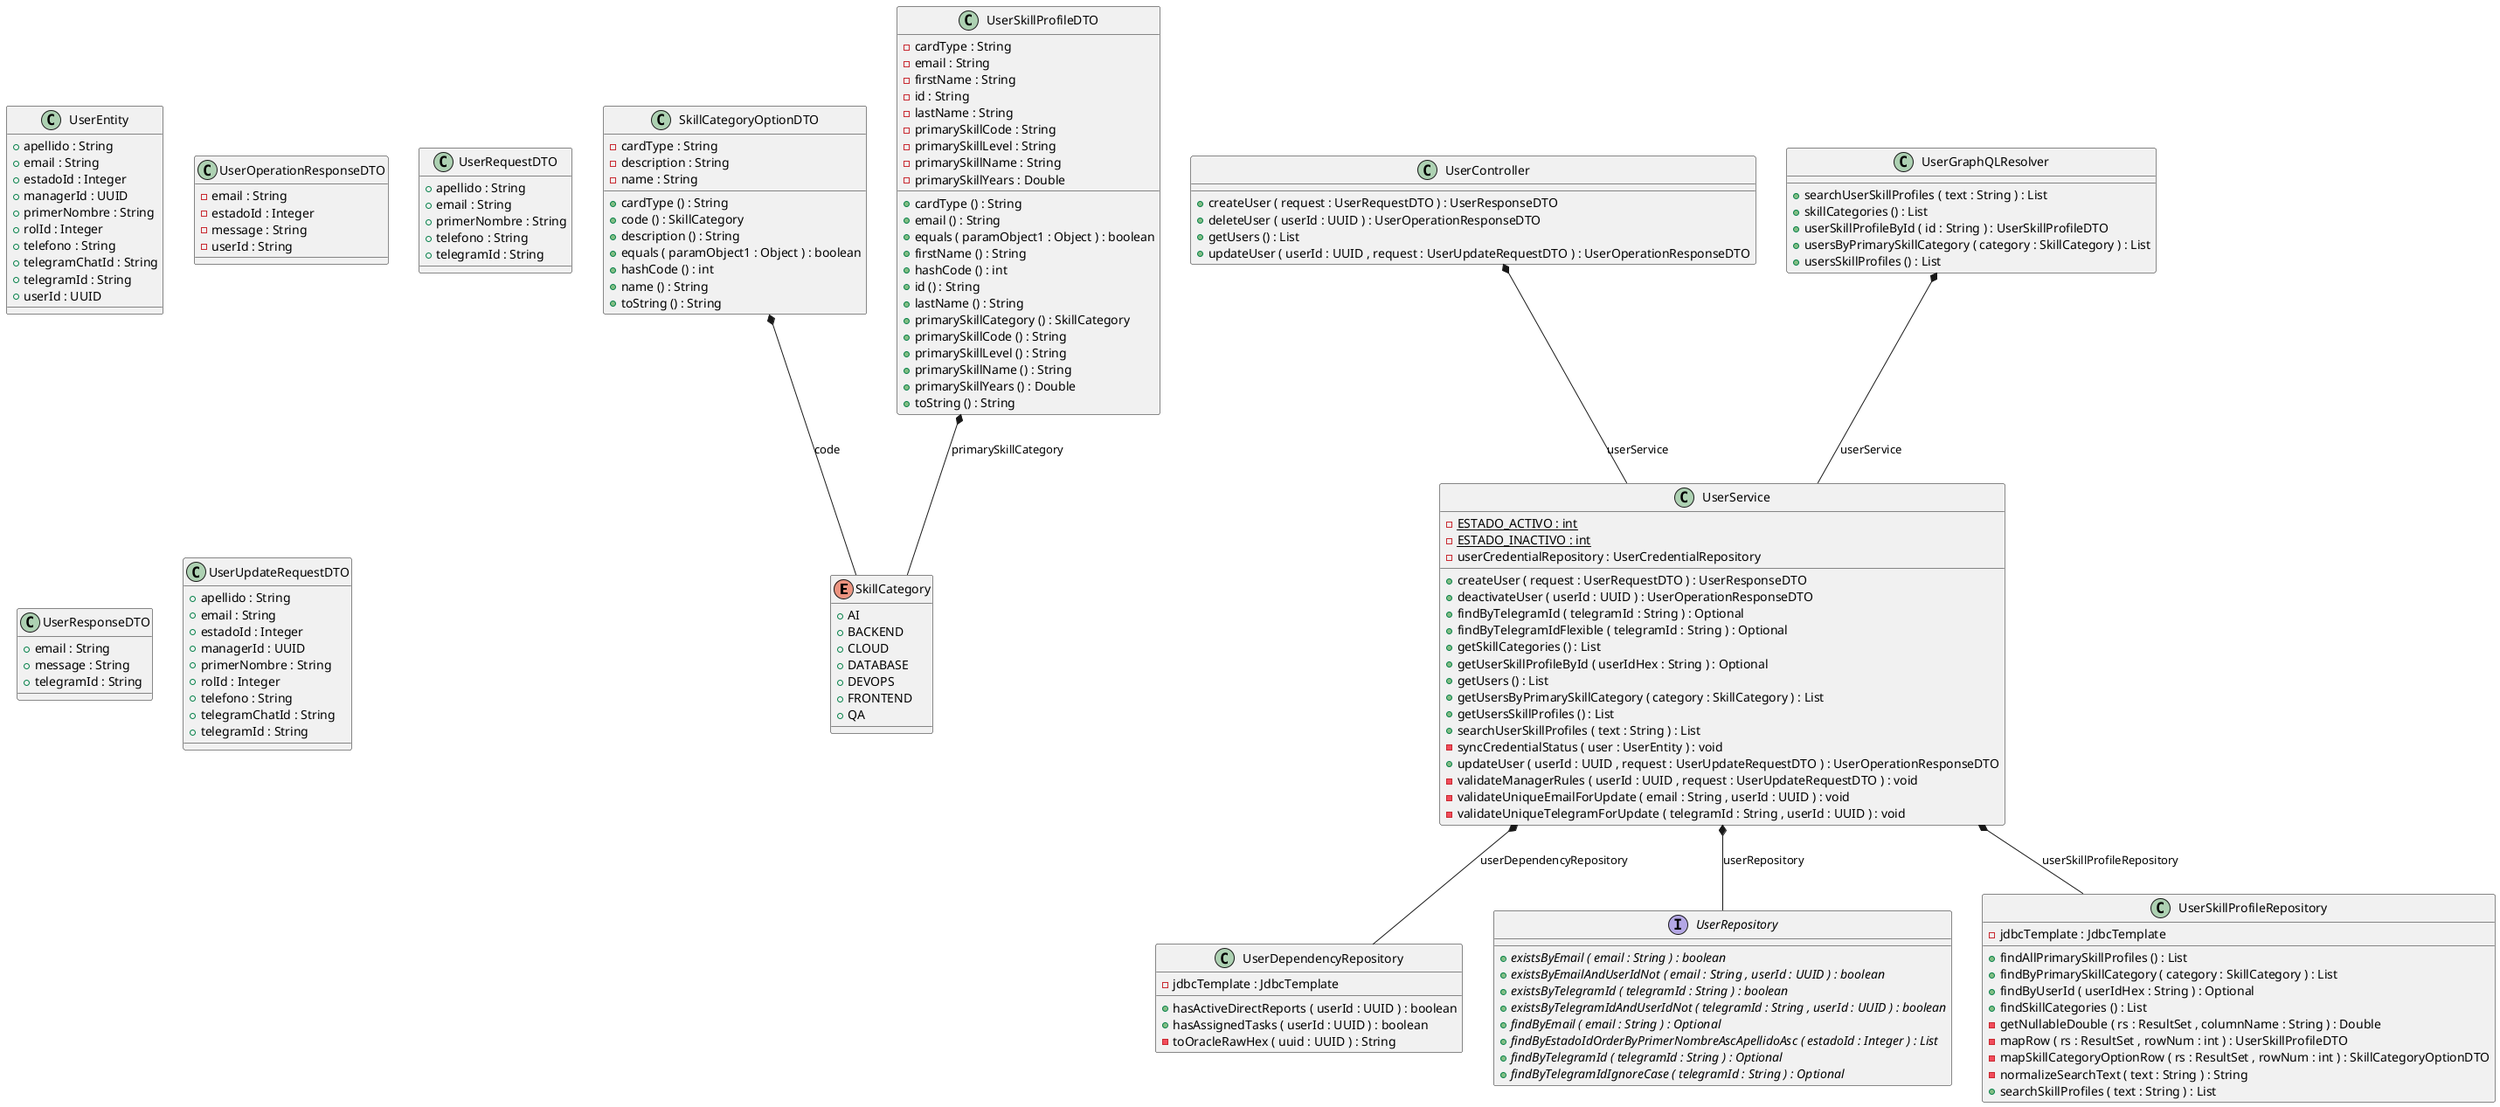
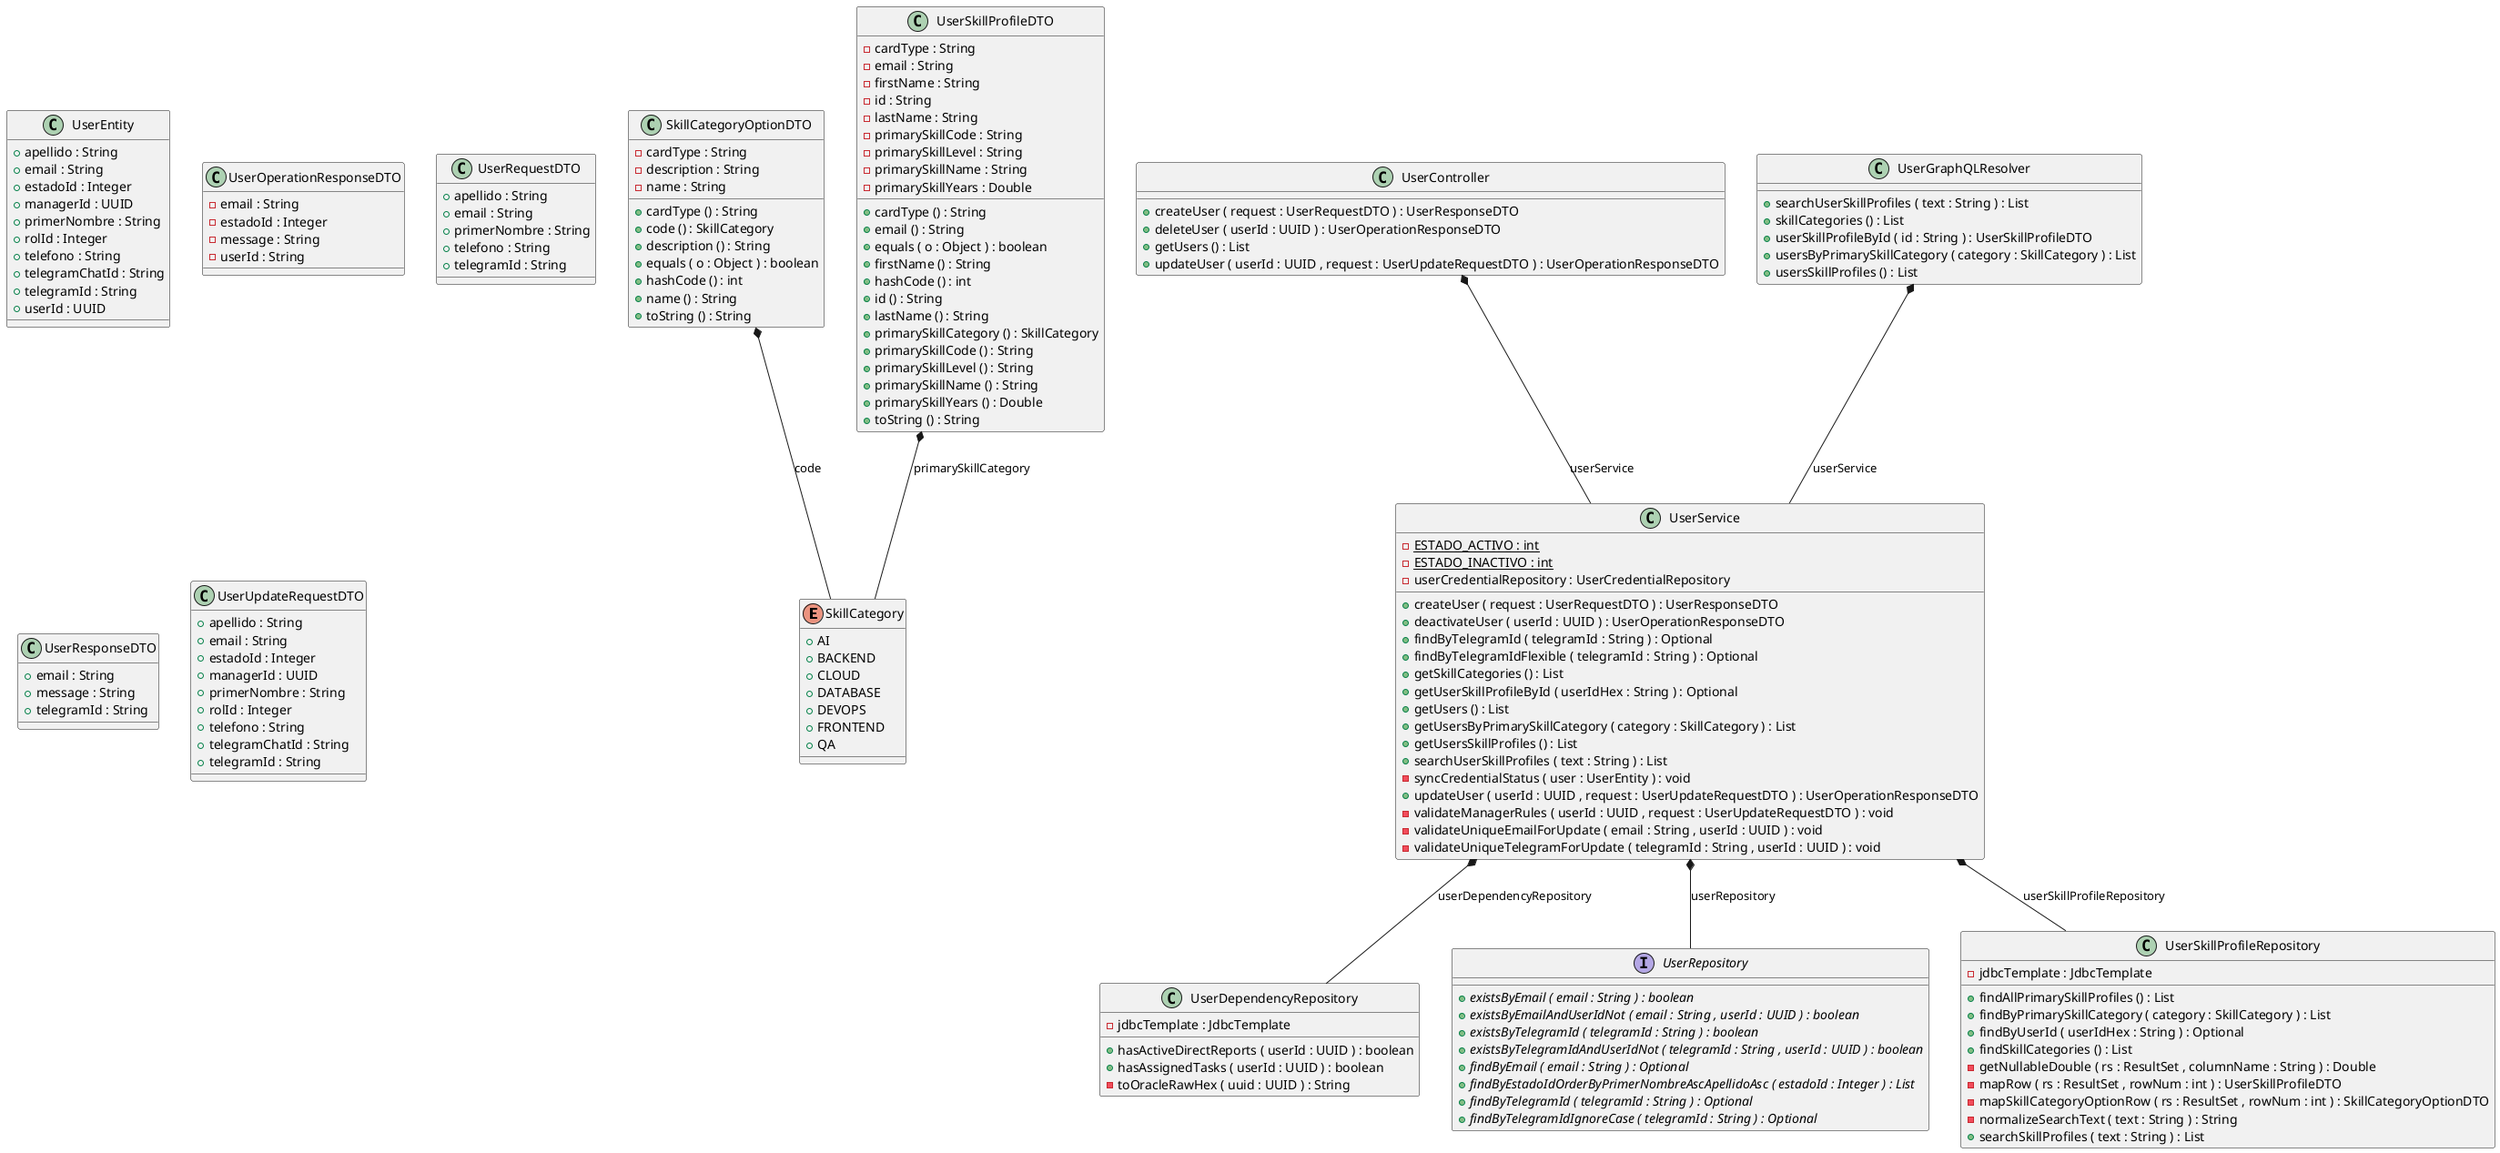
@startuml

enum SkillCategory {
	{field} +AI
	{field} +BACKEND
	{field} +CLOUD
	{field} +DATABASE
	{field} +DEVOPS
	{field} +FRONTEND
	{field} +QA
}


class SkillCategoryOptionDTO {
	{field} -cardType : String
	{field} -description : String
	{field} -name : String
	{method} +cardType () : String
	{method} +code () : SkillCategory
	{method} +description () : String
- 	{method} +equals ( paramObject1 : Object ) : boolean
+ 	{method} +equals ( o : Object ) : boolean
	{method} +hashCode () : int
	{method} +name () : String
	{method} +toString () : String
}


class UserController {
	{method} +createUser ( request : UserRequestDTO ) : UserResponseDTO
	{method} +deleteUser ( userId : UUID ) : UserOperationResponseDTO
	{method} +getUsers () : List
	{method} +updateUser ( userId : UUID , request : UserUpdateRequestDTO ) : UserOperationResponseDTO
}


class UserDependencyRepository {
	{field} -jdbcTemplate : JdbcTemplate
	{method} +hasActiveDirectReports ( userId : UUID ) : boolean
	{method} +hasAssignedTasks ( userId : UUID ) : boolean
	{method} -toOracleRawHex ( uuid : UUID ) : String
}


class UserEntity {
	{field} +apellido : String
	{field} +email : String
	{field} +estadoId : Integer
	{field} +managerId : UUID
	{field} +primerNombre : String
	{field} +rolId : Integer
	{field} +telefono : String
	{field} +telegramChatId : String
	{field} +telegramId : String
	{field} +userId : UUID
}


class UserGraphQLResolver {
	{method} +searchUserSkillProfiles ( text : String ) : List
	{method} +skillCategories () : List
	{method} +userSkillProfileById ( id : String ) : UserSkillProfileDTO
	{method} +usersByPrimarySkillCategory ( category : SkillCategory ) : List
	{method} +usersSkillProfiles () : List
}


class UserOperationResponseDTO {
	{field} -email : String
	{field} -estadoId : Integer
	{field} -message : String
	{field} -userId : String
}


interface UserRepository {
	{method}  {abstract} +existsByEmail ( email : String ) : boolean
	{method}  {abstract} +existsByEmailAndUserIdNot ( email : String , userId : UUID ) : boolean
	{method}  {abstract} +existsByTelegramId ( telegramId : String ) : boolean
	{method}  {abstract} +existsByTelegramIdAndUserIdNot ( telegramId : String , userId : UUID ) : boolean
	{method}  {abstract} +findByEmail ( email : String ) : Optional
	{method}  {abstract} +findByEstadoIdOrderByPrimerNombreAscApellidoAsc ( estadoId : Integer ) : List
	{method}  {abstract} +findByTelegramId ( telegramId : String ) : Optional
	{method}  {abstract} +findByTelegramIdIgnoreCase ( telegramId : String ) : Optional
}


class UserRequestDTO {
	{field} +apellido : String
	{field} +email : String
	{field} +primerNombre : String
	{field} +telefono : String
	{field} +telegramId : String
}


class UserResponseDTO {
	{field} +email : String
	{field} +message : String
	{field} +telegramId : String
}


class UserService {
	{field} {static} -ESTADO_ACTIVO : int
	{field} {static} -ESTADO_INACTIVO : int
	{field} -userCredentialRepository : UserCredentialRepository
	{method} +createUser ( request : UserRequestDTO ) : UserResponseDTO
	{method} +deactivateUser ( userId : UUID ) : UserOperationResponseDTO
	{method} +findByTelegramId ( telegramId : String ) : Optional
	{method} +findByTelegramIdFlexible ( telegramId : String ) : Optional
	{method} +getSkillCategories () : List
	{method} +getUserSkillProfileById ( userIdHex : String ) : Optional
	{method} +getUsers () : List
	{method} +getUsersByPrimarySkillCategory ( category : SkillCategory ) : List
	{method} +getUsersSkillProfiles () : List
	{method} +searchUserSkillProfiles ( text : String ) : List
	{method} -syncCredentialStatus ( user : UserEntity ) : void
	{method} +updateUser ( userId : UUID , request : UserUpdateRequestDTO ) : UserOperationResponseDTO
	{method} -validateManagerRules ( userId : UUID , request : UserUpdateRequestDTO ) : void
	{method} -validateUniqueEmailForUpdate ( email : String , userId : UUID ) : void
	{method} -validateUniqueTelegramForUpdate ( telegramId : String , userId : UUID ) : void
}


class UserSkillProfileDTO {
	{field} -cardType : String
	{field} -email : String
	{field} -firstName : String
	{field} -id : String
	{field} -lastName : String
	{field} -primarySkillCode : String
	{field} -primarySkillLevel : String
	{field} -primarySkillName : String
	{field} -primarySkillYears : Double
	{method} +cardType () : String
	{method} +email () : String
- 	{method} +equals ( paramObject1 : Object ) : boolean
+ 	{method} +equals ( o : Object ) : boolean
	{method} +firstName () : String
	{method} +hashCode () : int
	{method} +id () : String
	{method} +lastName () : String
	{method} +primarySkillCategory () : SkillCategory
	{method} +primarySkillCode () : String
	{method} +primarySkillLevel () : String
	{method} +primarySkillName () : String
	{method} +primarySkillYears () : Double
	{method} +toString () : String
}


class UserSkillProfileRepository {
	{field} -jdbcTemplate : JdbcTemplate
	{method} +findAllPrimarySkillProfiles () : List
	{method} +findByPrimarySkillCategory ( category : SkillCategory ) : List
	{method} +findByUserId ( userIdHex : String ) : Optional
	{method} +findSkillCategories () : List
	{method} -getNullableDouble ( rs : ResultSet , columnName : String ) : Double
	{method} -mapRow ( rs : ResultSet , rowNum : int ) : UserSkillProfileDTO
	{method} -mapSkillCategoryOptionRow ( rs : ResultSet , rowNum : int ) : SkillCategoryOptionDTO
	{method} -normalizeSearchText ( text : String ) : String
	{method} +searchSkillProfiles ( text : String ) : List
}


class UserUpdateRequestDTO {
	{field} +apellido : String
	{field} +email : String
	{field} +estadoId : Integer
	{field} +managerId : UUID
	{field} +primerNombre : String
	{field} +rolId : Integer
	{field} +telefono : String
	{field} +telegramChatId : String
	{field} +telegramId : String
}




SkillCategoryOptionDTO *--  SkillCategory : code
UserController *--  UserService : userService
UserGraphQLResolver *--  UserService : userService
UserService *--  UserDependencyRepository : userDependencyRepository
UserService *--  UserRepository : userRepository
UserService *--  UserSkillProfileRepository : userSkillProfileRepository
UserSkillProfileDTO *--  SkillCategory : primarySkillCategory


@enduml